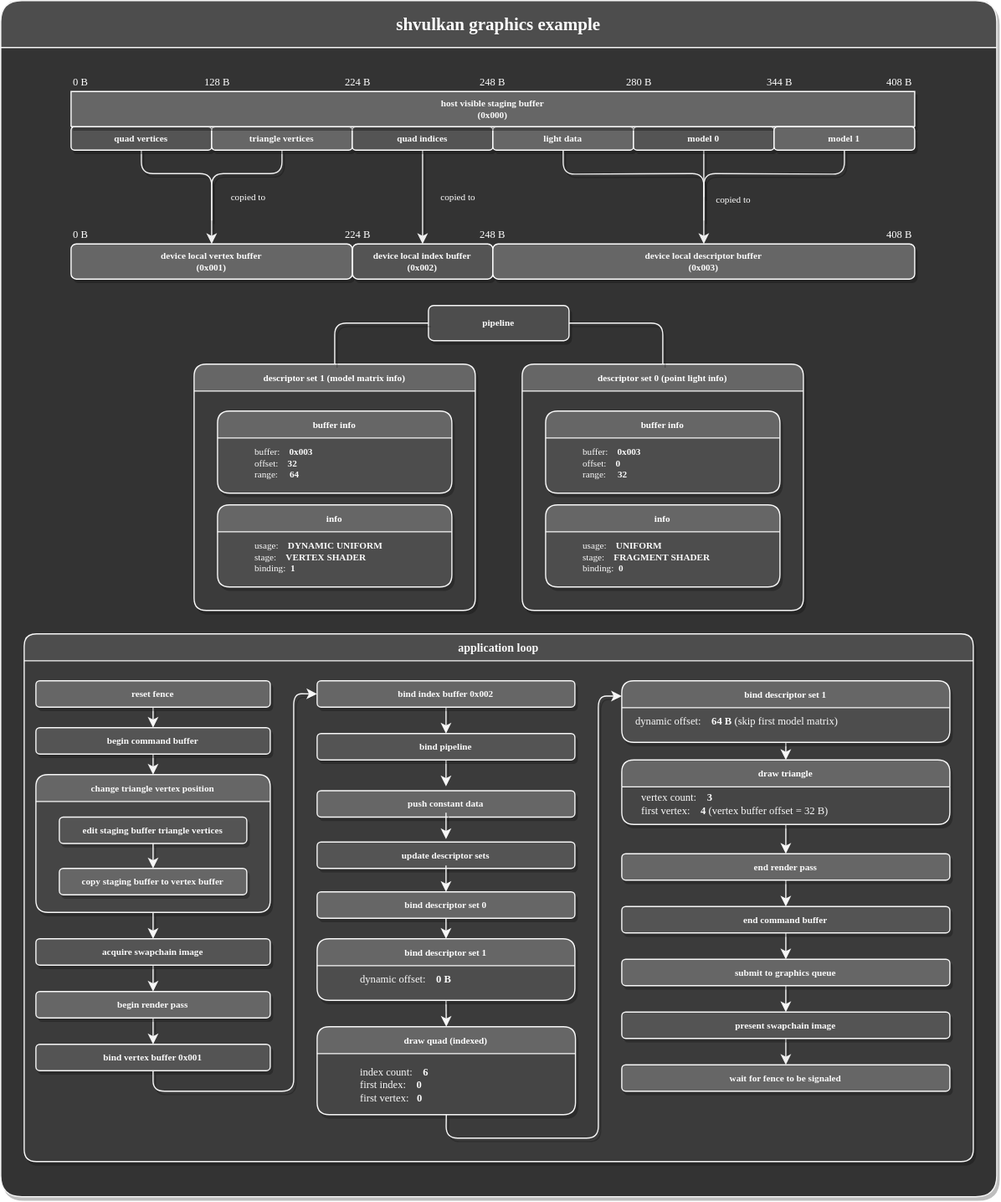
MrSinho/shvulkan keeps this draw.io diagram as examples/diagrams/shvulkan graphics.drawio.svg. Above is the earlier version. Source tidied: cells renumbered, new cells last; positions are measured from the earlier drawing's top-left corner, leaving out a move shared by most shapes.
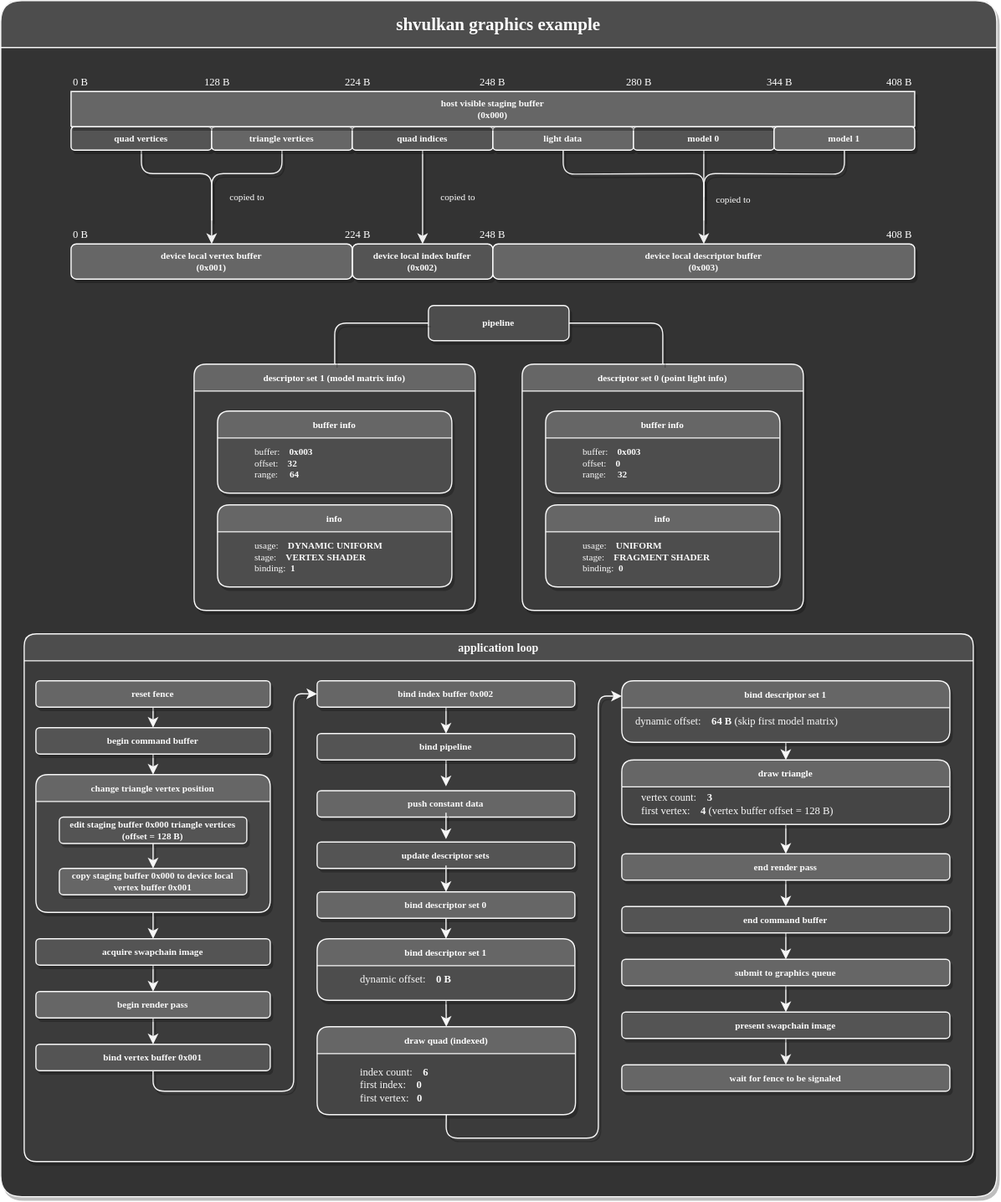
After the commit.

What changed in the source:
```diff
@@ -330,10 +330,10 @@
     <mxCell id="87" value="0 B" style="text;html=1;strokeColor=none;fillColor=none;align=left;verticalAlign=bottom;whiteSpace=wrap;rounded=0;fontFamily=consolas;fontSize=9;fontColor=#FFFFFF;" parent="2" vertex="1">
       <mxGeometry x="60" y="190" width="50" height="17.5" as="geometry" />
     </mxCell>
-    <mxCell id="88" value="edit staging buffer triangle vertices" style="whiteSpace=wrap;html=1;align=center;fontFamily=consolas;fontSize=8;fontStyle=1;fillColor=#545454;fontColor=#FAFAFA;strokeColor=#F7F7F7;rounded=1;shadow=1;labelBackgroundColor=none;" parent="1" vertex="1">
+    <mxCell id="88" value="edit staging buffer 0x000 triangle vertices (offset = 128 B)" style="whiteSpace=wrap;html=1;align=center;fontFamily=consolas;fontSize=8;fontStyle=1;fillColor=#545454;fontColor=#FAFAFA;strokeColor=#F7F7F7;rounded=1;shadow=1;labelBackgroundColor=none;" parent="1" vertex="1">
       <mxGeometry x="50" y="696.2" width="160" height="22.5" as="geometry" />
     </mxCell>
-    <mxCell id="89" value="copy staging buffer to vertex buffer" style="whiteSpace=wrap;html=1;align=center;fontFamily=consolas;fontSize=8;fontStyle=1;fillColor=#666666;fontColor=#FAFAFA;strokeColor=#F7F7F7;rounded=1;shadow=1;labelBackgroundColor=none;" parent="1" vertex="1">
+    <mxCell id="89" value="copy staging buffer 0x000 to device local vertex buffer 0x001" style="whiteSpace=wrap;html=1;align=center;fontFamily=consolas;fontSize=8;fontStyle=1;fillColor=#666666;fontColor=#FAFAFA;strokeColor=#F7F7F7;rounded=1;shadow=1;labelBackgroundColor=none;" parent="1" vertex="1">
       <mxGeometry x="50" y="740" width="160" height="22.5" as="geometry" />
     </mxCell>
     <mxCell id="90" style="edgeStyle=none;rounded=0;jumpSize=6;jettySize=auto;html=1;exitX=0.5;exitY=1;exitDx=0;exitDy=0;entryX=0.5;entryY=0;entryDx=0;entryDy=0;shadow=1;fontFamily=consolas;fontSize=8;sourcePerimeterSpacing=100;strokeColor=#F7F7F7;fontColor=#FAFAFA;labelBackgroundColor=none;" parent="1" edge="1" source="88">
@@ -341,8 +341,8 @@
         <mxPoint x="130" y="740" as="targetPoint" />
       </mxGeometry>
     </mxCell>
-    <mxCell id="91" value="vertex count:&amp;nbsp; &amp;nbsp; &lt;b&gt;3&lt;br&gt;&lt;/b&gt;first vertex:&amp;nbsp; &amp;nbsp; &lt;b&gt;4 &lt;/b&gt;(vertex buffer offset = 32 B)" style="text;html=1;align=left;verticalAlign=middle;strokeColor=none;fillColor=none;fontSize=9;fontFamily=consolas;fontColor=#FAFAFA;swimlaneFillColor=none;rounded=1;shadow=1;labelBackgroundColor=none;" parent="1" vertex="1">
-      <mxGeometry x="545" y="665" width="260" height="40" as="geometry" />
+    <mxCell id="91" value="vertex count:&amp;nbsp; &amp;nbsp; &lt;b&gt;3&amp;nbsp;&lt;br&gt;&lt;/b&gt;first vertex:&amp;nbsp; &amp;nbsp; &lt;b&gt;4 &lt;/b&gt;(vertex buffer offset = 128 B)" style="text;html=1;align=left;verticalAlign=middle;strokeColor=none;fillColor=none;fontSize=9;fontFamily=consolas;fontColor=#FAFAFA;swimlaneFillColor=none;rounded=1;shadow=1;labelBackgroundColor=none;" parent="1" vertex="1">
+      <mxGeometry x="545" y="665" width="270" height="40" as="geometry" />
     </mxCell>
     <mxCell id="92" value="index count:&amp;nbsp; &amp;nbsp; &lt;b&gt;6&lt;/b&gt;&lt;br&gt;first index:&amp;nbsp; &amp;nbsp; &lt;b&gt;0&lt;br&gt;&lt;/b&gt;first vertex:&amp;nbsp; &amp;nbsp;&lt;b&gt;0&lt;/b&gt;" style="text;html=1;align=left;verticalAlign=middle;strokeColor=none;fillColor=none;fontSize=9;fontFamily=consolas;fontColor=#FAFAFA;shadow=1;labelBackgroundColor=none;" parent="1" vertex="1">
       <mxGeometry x="305" y="900" width="110" height="50" as="geometry" />
```
